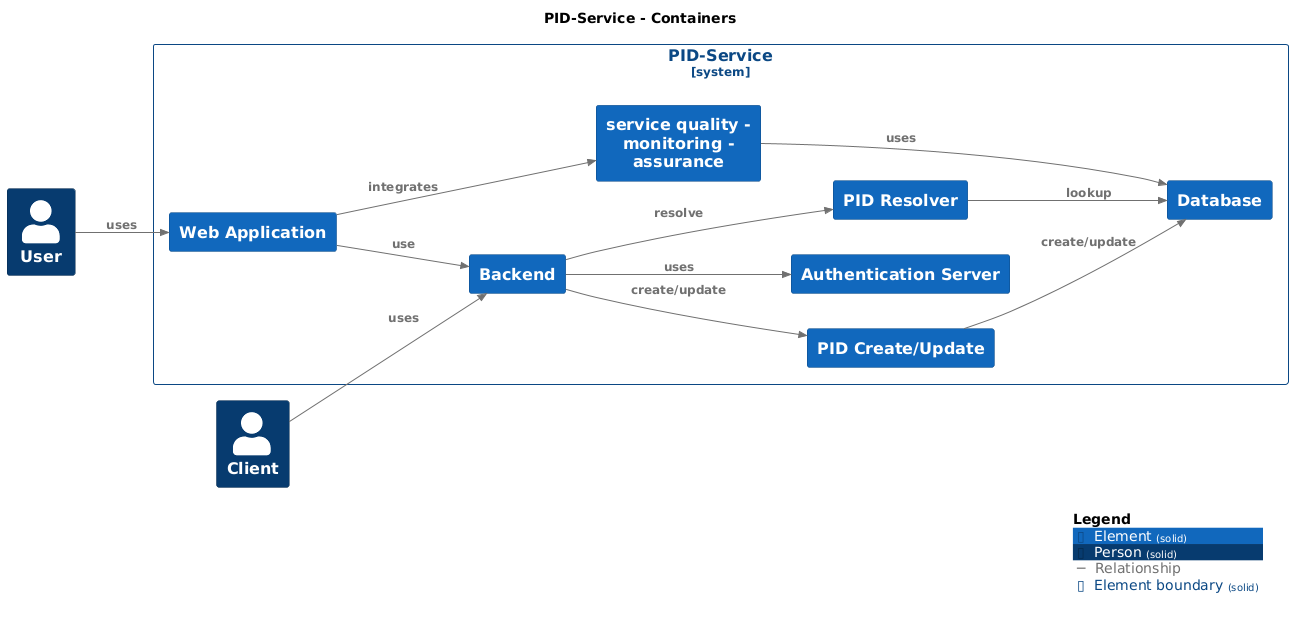
Before: master/png/Container-001.png, a diagram exported from PlantUML (bingert/PID-System-C4-Model).
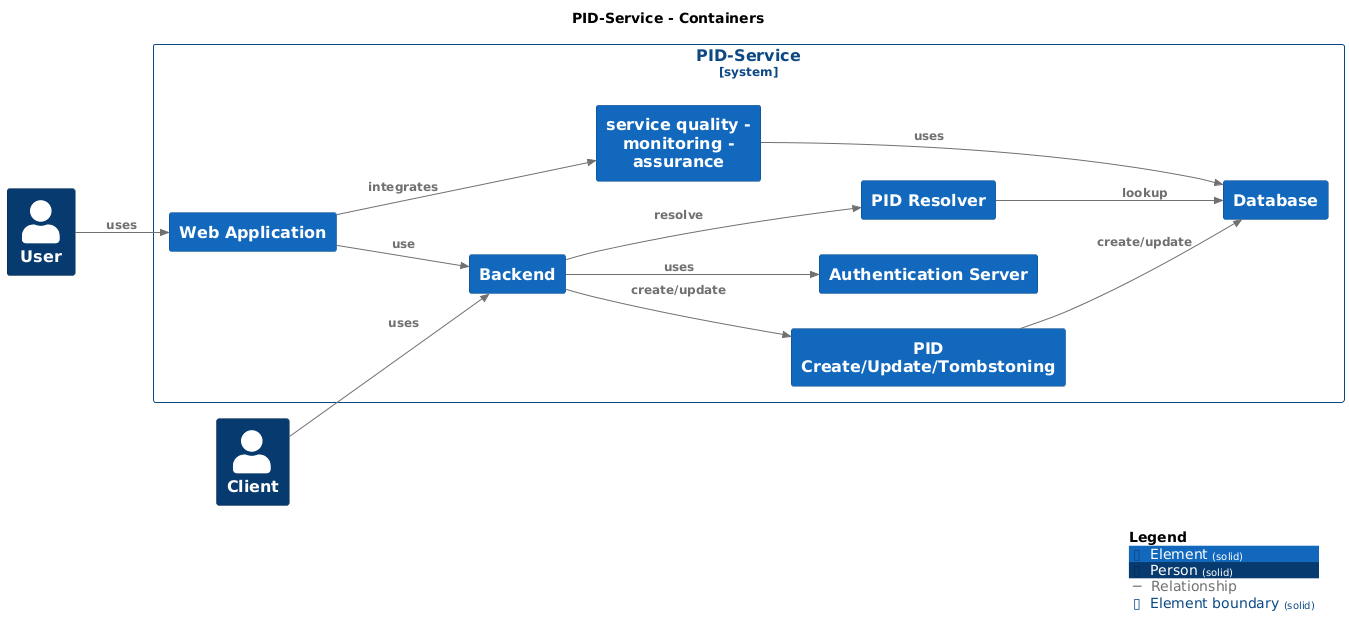
After the commit.

Diff of the diagram source:
```diff
@@ -21,7 +21,7 @@
 System_Boundary("PIDService_boundary", "PID-Service", $tags="Element") {
   Container(PIDService.AuthenticationServer, "Authentication Server", $techn="", $descr="", $tags="Element", $link="")
   Container(PIDService.PIDResolver, "PID Resolver", $techn="", $descr="", $tags="Element", $link="")
-  Container(PIDService.PIDCreateUpdate, "PID Create/Update", $techn="", $descr="", $tags="Element", $link="")
+  Container(PIDService.PIDCreateUpdateTombstoning, "PID Create/Update/Tombstoning", $techn="", $descr="", $tags="Element", $link="")
   Container(PIDService.servicequalitymonitoringassurance, "service quality - monitoring - assurance", $techn="", $descr="", $tags="Element", $link="")
   Container(PIDService.WebApplication, "Web Application", $techn="", $descr="", $tags="Element", $link="")
   Container(PIDService.Database, "Database", $techn="", $descr="", $tags="Element", $link="")
@@ -29,11 +29,11 @@
 }
 
 Rel(PIDService.Backend, PIDService.PIDResolver, "resolve", $techn="", $tags="Relationship", $link="")
-Rel(PIDService.Backend, PIDService.PIDCreateUpdate, "create/update", $techn="", $tags="Relationship", $link="")
+Rel(PIDService.Backend, PIDService.PIDCreateUpdateTombstoning, "create/update", $techn="", $tags="Relationship", $link="")
 Rel(PIDService.Backend, PIDService.AuthenticationServer, "uses", $techn="", $tags="Relationship", $link="")
 Rel(PIDService.WebApplication, PIDService.Backend, "use", $techn="", $tags="Relationship", $link="")
 Rel(PIDService.PIDResolver, PIDService.Database, "lookup", $techn="", $tags="Relationship", $link="")
-Rel(PIDService.PIDCreateUpdate, PIDService.Database, "create/update", $techn="", $tags="Relationship", $link="")
+Rel(PIDService.PIDCreateUpdateTombstoning, PIDService.Database, "create/update", $techn="", $tags="Relationship", $link="")
 Rel(PIDService.servicequalitymonitoringassurance, PIDService.Database, "uses", $techn="", $tags="Relationship", $link="")
 Rel(PIDService.WebApplication, PIDService.servicequalitymonitoringassurance, "integrates", $techn="", $tags="Relationship", $link="")
 Rel(User, PIDService.WebApplication, "uses", $techn="", $tags="Relationship", $link="")
```
